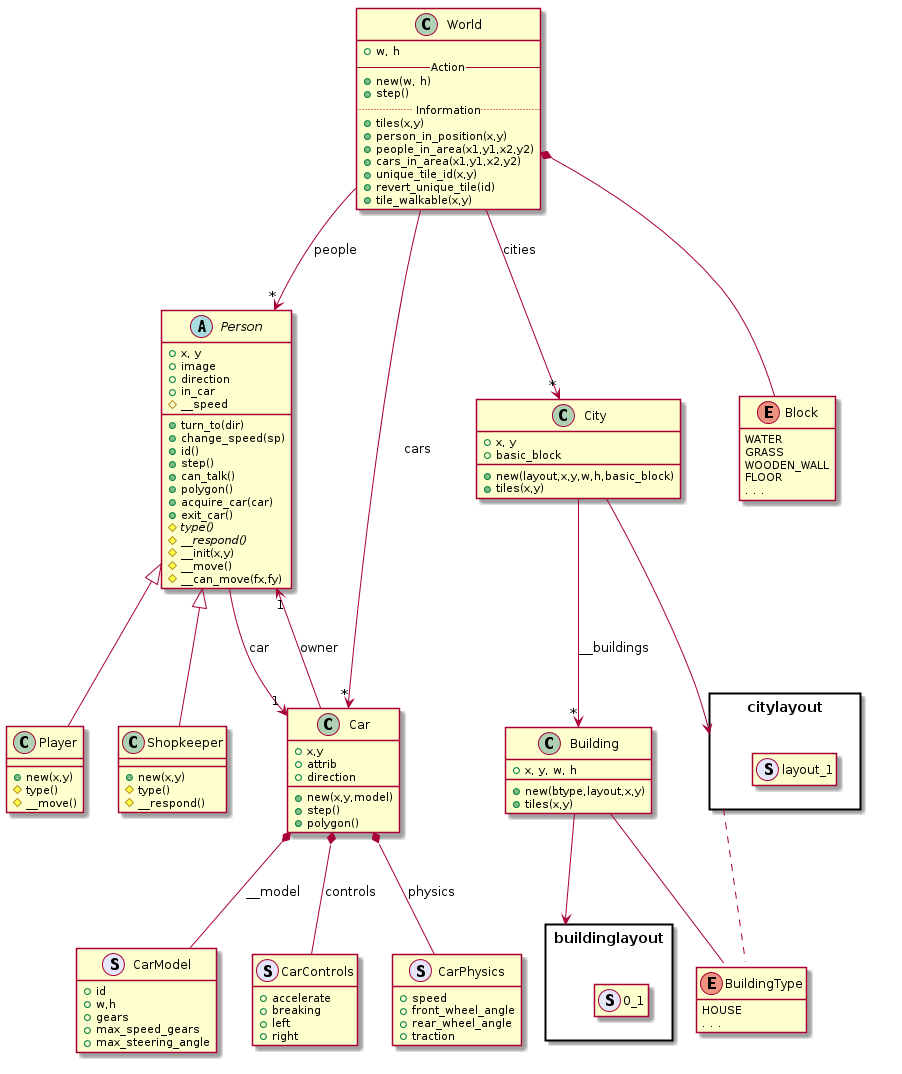
The PlantUML diagram doc/engine.png in andrenho/newhope, before a commit.
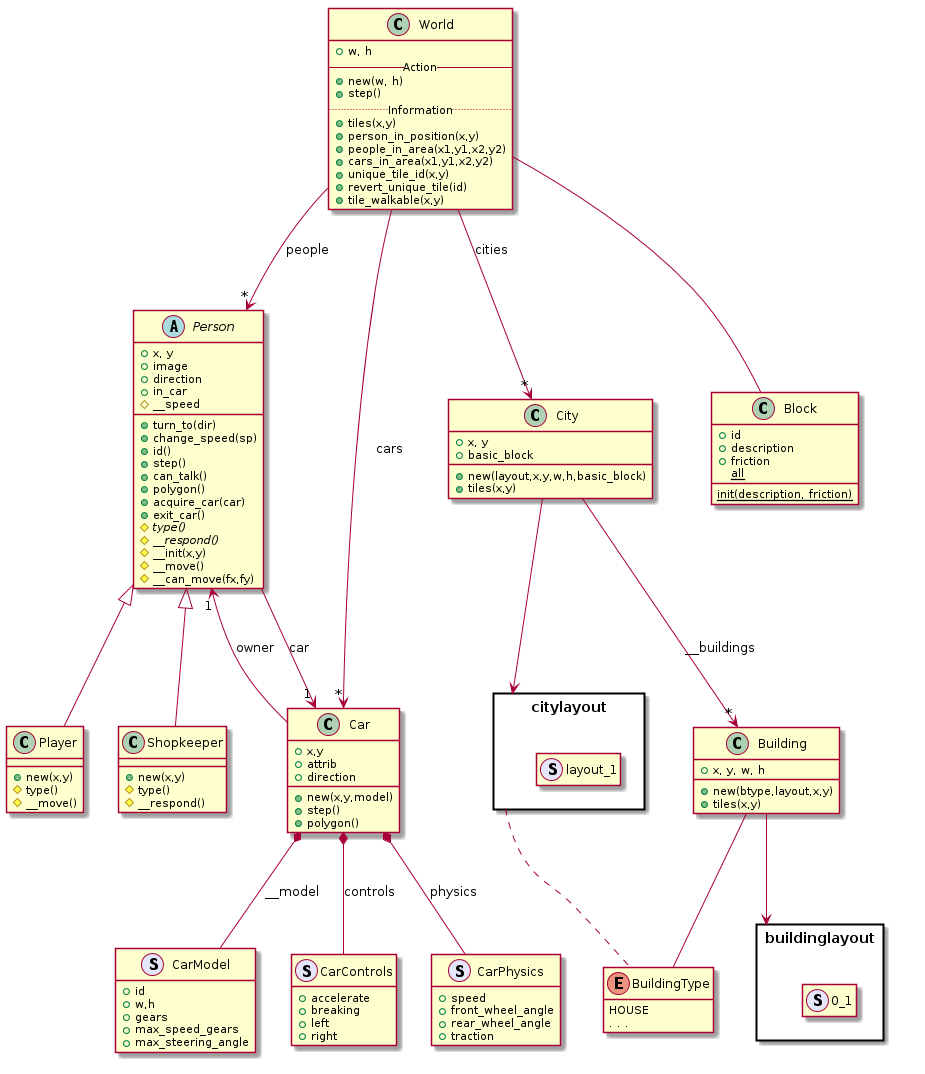
Later version of the same file.

Change to the diagram source:
```diff
@@ -26,7 +26,7 @@
 Car *-- CarControls : controls
 Car *-- CarPhysics : physics
 
-World *-- enum Block
+World -- enum Block
 
 class World {
   +w, h
@@ -123,14 +123,13 @@
   +tiles(x,y)
 }
 
-enum Block {
-  WATER
-  GRASS
-  WOODEN_WALL
-  FLOOR
-  . . .
+class Block {
+  +id
+  +description
+  +friction
+  {static} +all
+  {static} +init(description, friction)
 }
-hide enum Block methods
 
 enum BuildingType {
   HOUSE
```
